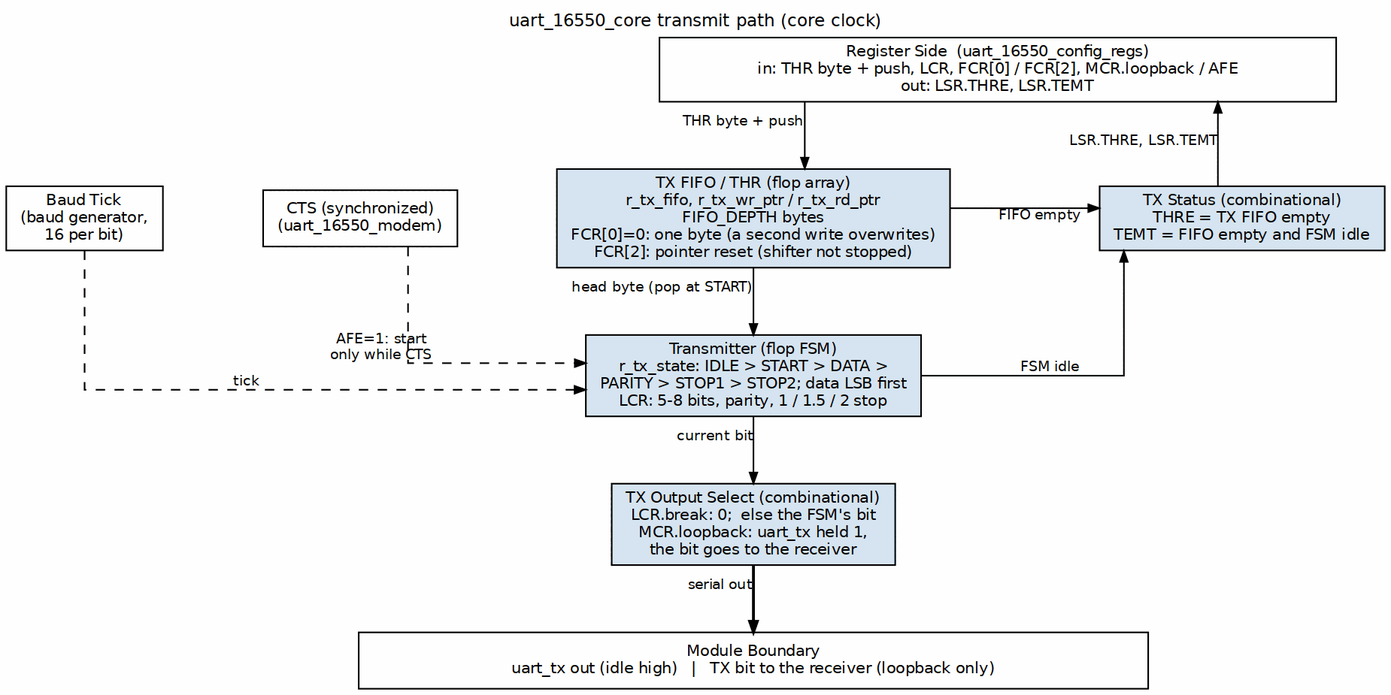
sean-galloway/RTLDesignSherpa keeps this Graphviz diagram as projects/components/legacy-ip/retro_legacy_blocks/docs/uart_16550_mas/assets/graphviz/uart_tx_engine.png. Above is the earlier version. Its source is kept beside it as projects/components/legacy-ip/retro_legacy_blocks/docs/uart_16550_mas/assets/graphviz/uart_tx_engine.dot. Its diagram source:
```dot
digraph uart_tx_engine {
    graph [rankdir=TB, bgcolor="white", fontname="Helvetica", fontsize=11,
           nodesep="0.45", ranksep="0.60", splines=ortho, newrank=true,
           label="uart_16550_core transmit path (core clock)", labelloc=t, labeljust=c];
    node  [fontname="Helvetica", fontsize=10, shape=box, style=filled,
           fillcolor="#D6E4F0", color="black", margin="0.12,0.06"];
    edge  [fontname="Helvetica", fontsize=9, color="black", arrowsize=0.7];
    port [label="Register Side  (uart_16550_config_regs)\nin: THR byte + push, LCR, FCR[0] / FCR[2], MCR.loopback / AFE\nout: LSR.THRE, LSR.TEMT", fillcolor="white", width=6.0];
    tick [label="Baud Tick\n(baud generator,\n16 per bit)", fillcolor="white"];
    cts  [label="CTS (synchronized)\n(uart_16550_modem)", fillcolor="white"];

    txf [group=L, label="TX FIFO / THR (flop array)\nr_tx_fifo, r_tx_wr_ptr / r_tx_rd_ptr\nFIFO_DEPTH bytes\nFCR[0]=0: one byte (a second write overwrites)\nFCR[2]: pointer reset (shifter not stopped)"];
    fsm [group=L, label="Transmitter (flop FSM)\nr_tx_state: IDLE > START > DATA >\nPARITY > STOP1 > STOP2; data LSB first\nLCR: 5-8 bits, parity, 1 / 1.5 / 2 stop"];
    mux [group=L, label="TX Output Select (combinational)\nLCR.break: 0;  else the FSM's bit\nMCR.loopback: uart_tx held 1,\nthe bit goes to the receiver"];
    sts [group=R, label="TX Status (combinational)\nTHRE = TX FIFO empty\nTEMT = FIFO empty and FSM idle"];

    bar [label="Module Boundary\nuart_tx out (idle high)   |   TX bit to the receiver (loopback only)", fillcolor="white", width=7.0];

    port -> txf [xlabel="THR byte + push"];
    txf  -> fsm [xlabel="head byte (pop at START)"];
    fsm  -> mux [xlabel="current bit"];
    mux  -> bar [penwidth=1.8, xlabel="serial out"];

    port -> sts [dir=back, xlabel="LSR.THRE, LSR.TEMT"];
    txf  -> sts [xlabel="FIFO empty"];
    sts  -> fsm [dir=back, constraint=false, xlabel="FSM idle"];

    tick -> fsm [style=dashed, xlabel="tick"];
    cts  -> fsm [style=dashed, xlabel="AFE=1: start\nonly while CTS"];

    { rank=same; txf; sts; tick; cts; }
    tick -> cts -> txf [style=invis, minlen=2];
    txf -> sts [style=invis, minlen=3];
}
```
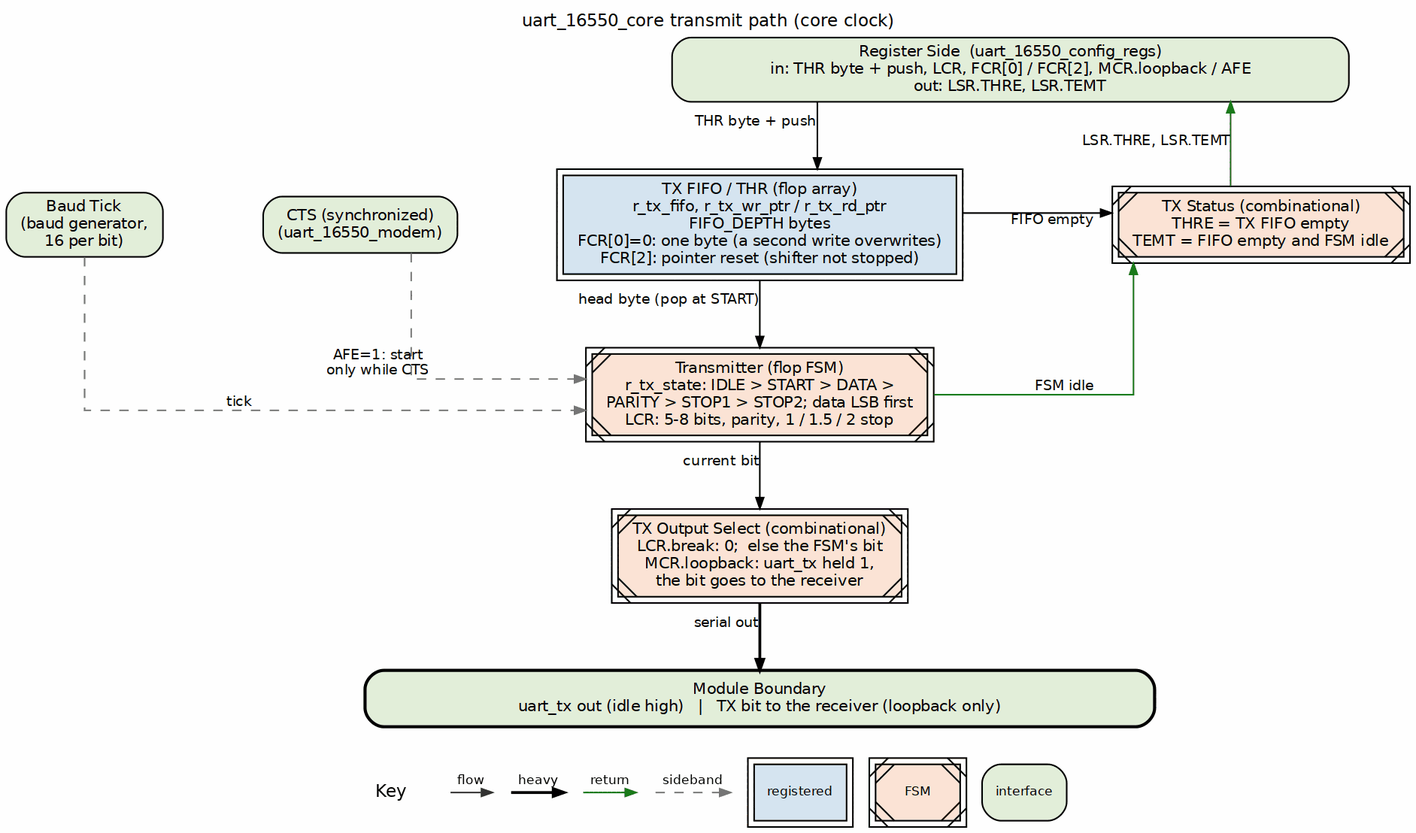
After the change.

Diff of the diagram source:
```diff
@@ -3,30 +3,30 @@
            nodesep="0.45", ranksep="0.60", splines=ortho, newrank=true,
            label="uart_16550_core transmit path (core clock)", labelloc=t, labeljust=c];
     node  [fontname="Helvetica", fontsize=10, shape=box, style=filled,
-           fillcolor="#D6E4F0", color="black", margin="0.12,0.06"];
+           fillcolor="white", color="black", margin="0.12,0.06"];
     edge  [fontname="Helvetica", fontsize=9, color="black", arrowsize=0.7];
-    port [label="Register Side  (uart_16550_config_regs)\nin: THR byte + push, LCR, FCR[0] / FCR[2], MCR.loopback / AFE\nout: LSR.THRE, LSR.TEMT", fillcolor="white", width=6.0];
-    tick [label="Baud Tick\n(baud generator,\n16 per bit)", fillcolor="white"];
-    cts  [label="CTS (synchronized)\n(uart_16550_modem)", fillcolor="white"];
+    port [label="Register Side  (uart_16550_config_regs)\nin: THR byte + push, LCR, FCR[0] / FCR[2], MCR.loopback / AFE\nout: LSR.THRE, LSR.TEMT", fillcolor="white", width=6.0, style="rounded,filled", fillcolor="#E2EFDA"];
+    tick [label="Baud Tick\n(baud generator,\n16 per bit)", fillcolor="white", style="rounded,filled", fillcolor="#E2EFDA"];
+    cts  [label="CTS (synchronized)\n(uart_16550_modem)", fillcolor="white", style="rounded,filled", fillcolor="#E2EFDA"];
 
-    txf [group=L, label="TX FIFO / THR (flop array)\nr_tx_fifo, r_tx_wr_ptr / r_tx_rd_ptr\nFIFO_DEPTH bytes\nFCR[0]=0: one byte (a second write overwrites)\nFCR[2]: pointer reset (shifter not stopped)"];
-    fsm [group=L, label="Transmitter (flop FSM)\nr_tx_state: IDLE > START > DATA >\nPARITY > STOP1 > STOP2; data LSB first\nLCR: 5-8 bits, parity, 1 / 1.5 / 2 stop"];
-    mux [group=L, label="TX Output Select (combinational)\nLCR.break: 0;  else the FSM's bit\nMCR.loopback: uart_tx held 1,\nthe bit goes to the receiver"];
-    sts [group=R, label="TX Status (combinational)\nTHRE = TX FIFO empty\nTEMT = FIFO empty and FSM idle"];
+    txf [group=L, label="TX FIFO / THR (flop array)\nr_tx_fifo, r_tx_wr_ptr / r_tx_rd_ptr\nFIFO_DEPTH bytes\nFCR[0]=0: one byte (a second write overwrites)\nFCR[2]: pointer reset (shifter not stopped)", peripheries=2, style="filled", fillcolor="#D6E4F0"];
+    fsm [group=L, label="Transmitter (flop FSM)\nr_tx_state: IDLE > START > DATA >\nPARITY > STOP1 > STOP2; data LSB first\nLCR: 5-8 bits, parity, 1 / 1.5 / 2 stop", peripheries=2, style="filled,diagonals", fillcolor="#FCE4D6"];
+    mux [group=L, label="TX Output Select (combinational)\nLCR.break: 0;  else the FSM's bit\nMCR.loopback: uart_tx held 1,\nthe bit goes to the receiver", peripheries=2, style="filled,diagonals", fillcolor="#FCE4D6"];
+    sts [group=R, label="TX Status (combinational)\nTHRE = TX FIFO empty\nTEMT = FIFO empty and FSM idle", peripheries=2, style="filled,diagonals", fillcolor="#FCE4D6"];
 
-    bar [label="Module Boundary\nuart_tx out (idle high)   |   TX bit to the receiver (loopback only)", fillcolor="white", width=7.0];
+    bar [label="Module Boundary\nuart_tx out (idle high)   |   TX bit to the receiver (loopback only)", fillcolor="white", width=7.0, style="rounded,filled,bold", fillcolor="#E2EFDA"];
 
     port -> txf [xlabel="THR byte + push"];
     txf  -> fsm [xlabel="head byte (pop at START)"];
     fsm  -> mux [xlabel="current bit"];
     mux  -> bar [penwidth=1.8, xlabel="serial out"];
 
-    port -> sts [dir=back, xlabel="LSR.THRE, LSR.TEMT"];
+    port -> sts [color="#1A7A1A", dir=back, xlabel="LSR.THRE, LSR.TEMT"];
     txf  -> sts [xlabel="FIFO empty"];
-    sts  -> fsm [dir=back, constraint=false, xlabel="FSM idle"];
+    sts  -> fsm [color="#1A7A1A", dir=back, constraint=false, xlabel="FSM idle"];
 
-    tick -> fsm [style=dashed, xlabel="tick"];
-    cts  -> fsm [style=dashed, xlabel="AFE=1: start\nonly while CTS"];
+    tick -> fsm [style=dashed, color="#777777", xlabel="tick"];
+    cts  -> fsm [style=dashed, color="#777777", xlabel="AFE=1: start\nonly while CTS"];
 
     { rank=same; txf; sts; tick; cts; }
     tick -> cts -> txf [style=invis, minlen=2];
```
